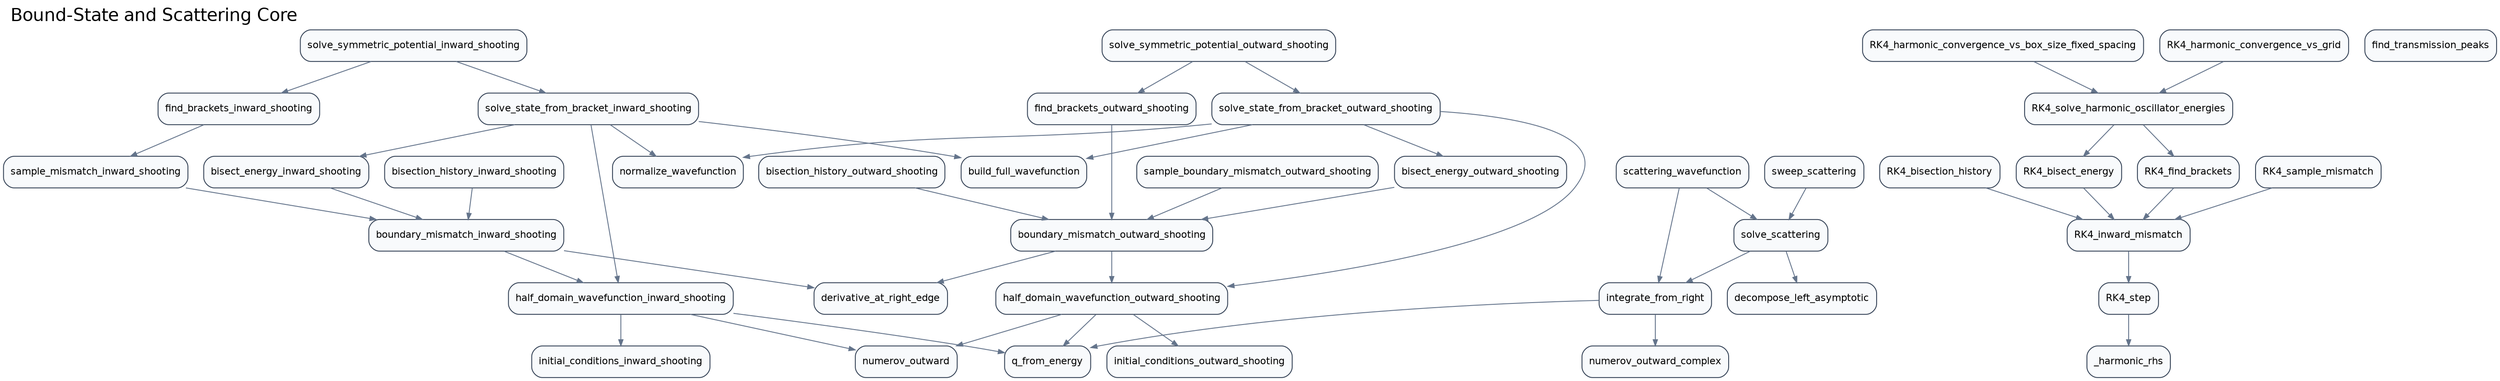
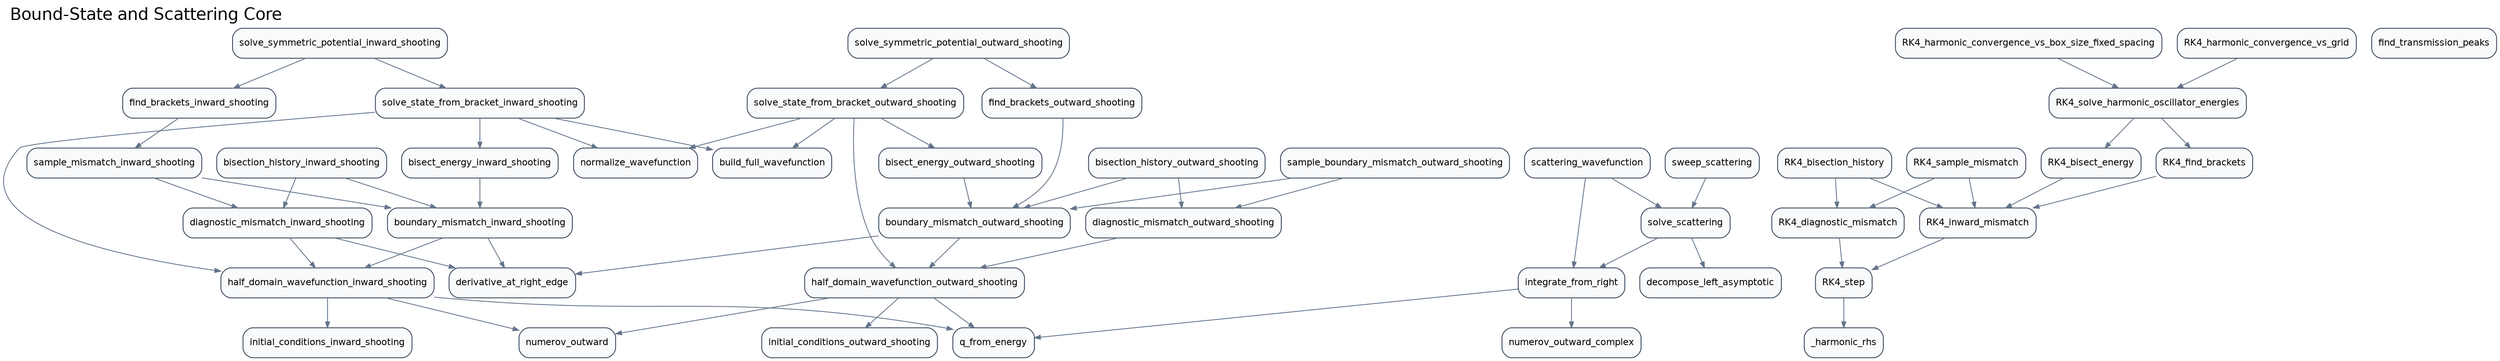
digraph G {
  rankdir="TB";
  graph [labeljust="l", labelloc="t", fontsize=20, fontname="Helvetica"];
  label="Bound-State and Scattering Core";
  node [shape=box, style="rounded,filled", fillcolor="#F8FAFC", color="#334155", fontname="Helvetica", fontsize=11];
  edge [color="#64748B", arrowsize=0.7];
  src_numerov_derivative_at_right_edge [label="derivative_at_right_edge"];
  src_numerov_normalize_wavefunction [label="normalize_wavefunction"];
  src_numerov_numerov_outward [label="numerov_outward"];
  src_numerov_q_from_energy [label="q_from_energy"];
  src_rk4_compare_RK4_bisect_energy [label="RK4_bisect_energy"];
  src_rk4_compare_RK4_bisection_history [label="RK4_bisection_history"];
+   src_rk4_compare_RK4_diagnostic_mismatch [label="RK4_diagnostic_mismatch"];
  src_rk4_compare_RK4_find_brackets [label="RK4_find_brackets"];
  src_rk4_compare_RK4_harmonic_convergence_vs_box_size_fixed_spacing [label="RK4_harmonic_convergence_vs_box_size_fixed_spacing"];
  src_rk4_compare_RK4_harmonic_convergence_vs_grid [label="RK4_harmonic_convergence_vs_grid"];
  src_rk4_compare_RK4_inward_mismatch [label="RK4_inward_mismatch"];
  src_rk4_compare_RK4_sample_mismatch [label="RK4_sample_mismatch"];
  src_rk4_compare_RK4_solve_harmonic_oscillator_energies [label="RK4_solve_harmonic_oscillator_energies"];
  src_rk4_compare_RK4_step [label="RK4_step"];
  src_rk4_compare__harmonic_rhs [label="_harmonic_rhs"];
  src_scattering_decompose_left_asymptotic [label="decompose_left_asymptotic"];
  src_scattering_find_transmission_peaks [label="find_transmission_peaks"];
  src_scattering_integrate_from_right [label="integrate_from_right"];
  src_scattering_numerov_outward_complex [label="numerov_outward_complex"];
  src_scattering_scattering_wavefunction [label="scattering_wavefunction"];
  src_scattering_solve_scattering [label="solve_scattering"];
  src_scattering_sweep_scattering [label="sweep_scattering"];
  src_shooting_bisect_energy_inward_shooting [label="bisect_energy_inward_shooting"];
  src_shooting_bisect_energy_outward_shooting [label="bisect_energy_outward_shooting"];
  src_shooting_bisection_history_inward_shooting [label="bisection_history_inward_shooting"];
  src_shooting_bisection_history_outward_shooting [label="bisection_history_outward_shooting"];
  src_shooting_boundary_mismatch_inward_shooting [label="boundary_mismatch_inward_shooting"];
  src_shooting_boundary_mismatch_outward_shooting [label="boundary_mismatch_outward_shooting"];
  src_shooting_build_full_wavefunction [label="build_full_wavefunction"];
+   src_shooting_diagnostic_mismatch_inward_shooting [label="diagnostic_mismatch_inward_shooting"];
+   src_shooting_diagnostic_mismatch_outward_shooting [label="diagnostic_mismatch_outward_shooting"];
  src_shooting_find_brackets_inward_shooting [label="find_brackets_inward_shooting"];
  src_shooting_find_brackets_outward_shooting [label="find_brackets_outward_shooting"];
  src_shooting_half_domain_wavefunction_inward_shooting [label="half_domain_wavefunction_inward_shooting"];
  src_shooting_half_domain_wavefunction_outward_shooting [label="half_domain_wavefunction_outward_shooting"];
  src_shooting_initial_conditions_inward_shooting [label="initial_conditions_inward_shooting"];
  src_shooting_initial_conditions_outward_shooting [label="initial_conditions_outward_shooting"];
  src_shooting_sample_boundary_mismatch_outward_shooting [label="sample_boundary_mismatch_outward_shooting"];
  src_shooting_sample_mismatch_inward_shooting [label="sample_mismatch_inward_shooting"];
  src_shooting_solve_state_from_bracket_inward_shooting [label="solve_state_from_bracket_inward_shooting"];
  src_shooting_solve_state_from_bracket_outward_shooting [label="solve_state_from_bracket_outward_shooting"];
  src_shooting_solve_symmetric_potential_inward_shooting [label="solve_symmetric_potential_inward_shooting"];
  src_shooting_solve_symmetric_potential_outward_shooting [label="solve_symmetric_potential_outward_shooting"];
  src_rk4_compare_RK4_bisect_energy -> src_rk4_compare_RK4_inward_mismatch;
+   src_rk4_compare_RK4_bisection_history -> src_rk4_compare_RK4_diagnostic_mismatch;
  src_rk4_compare_RK4_bisection_history -> src_rk4_compare_RK4_inward_mismatch;
+   src_rk4_compare_RK4_diagnostic_mismatch -> src_rk4_compare_RK4_step;
  src_rk4_compare_RK4_find_brackets -> src_rk4_compare_RK4_inward_mismatch;
  src_rk4_compare_RK4_harmonic_convergence_vs_box_size_fixed_spacing -> src_rk4_compare_RK4_solve_harmonic_oscillator_energies;
  src_rk4_compare_RK4_harmonic_convergence_vs_grid -> src_rk4_compare_RK4_solve_harmonic_oscillator_energies;
  src_rk4_compare_RK4_inward_mismatch -> src_rk4_compare_RK4_step;
+   src_rk4_compare_RK4_sample_mismatch -> src_rk4_compare_RK4_diagnostic_mismatch;
  src_rk4_compare_RK4_sample_mismatch -> src_rk4_compare_RK4_inward_mismatch;
  src_rk4_compare_RK4_solve_harmonic_oscillator_energies -> src_rk4_compare_RK4_bisect_energy;
  src_rk4_compare_RK4_solve_harmonic_oscillator_energies -> src_rk4_compare_RK4_find_brackets;
  src_rk4_compare_RK4_step -> src_rk4_compare__harmonic_rhs;
  src_scattering_integrate_from_right -> src_numerov_q_from_energy;
  src_scattering_integrate_from_right -> src_scattering_numerov_outward_complex;
  src_scattering_scattering_wavefunction -> src_scattering_integrate_from_right;
  src_scattering_scattering_wavefunction -> src_scattering_solve_scattering;
  src_scattering_solve_scattering -> src_scattering_decompose_left_asymptotic;
  src_scattering_solve_scattering -> src_scattering_integrate_from_right;
  src_scattering_sweep_scattering -> src_scattering_solve_scattering;
  src_shooting_bisect_energy_inward_shooting -> src_shooting_boundary_mismatch_inward_shooting;
  src_shooting_bisect_energy_outward_shooting -> src_shooting_boundary_mismatch_outward_shooting;
  src_shooting_bisection_history_inward_shooting -> src_shooting_boundary_mismatch_inward_shooting;
+   src_shooting_bisection_history_inward_shooting -> src_shooting_diagnostic_mismatch_inward_shooting;
  src_shooting_bisection_history_outward_shooting -> src_shooting_boundary_mismatch_outward_shooting;
+   src_shooting_bisection_history_outward_shooting -> src_shooting_diagnostic_mismatch_outward_shooting;
  src_shooting_boundary_mismatch_inward_shooting -> src_numerov_derivative_at_right_edge;
  src_shooting_boundary_mismatch_inward_shooting -> src_shooting_half_domain_wavefunction_inward_shooting;
  src_shooting_boundary_mismatch_outward_shooting -> src_numerov_derivative_at_right_edge;
  src_shooting_boundary_mismatch_outward_shooting -> src_shooting_half_domain_wavefunction_outward_shooting;
+   src_shooting_diagnostic_mismatch_inward_shooting -> src_numerov_derivative_at_right_edge;
+   src_shooting_diagnostic_mismatch_inward_shooting -> src_shooting_half_domain_wavefunction_inward_shooting;
+   src_shooting_diagnostic_mismatch_outward_shooting -> src_shooting_half_domain_wavefunction_outward_shooting;
  src_shooting_find_brackets_inward_shooting -> src_shooting_sample_mismatch_inward_shooting;
  src_shooting_find_brackets_outward_shooting -> src_shooting_boundary_mismatch_outward_shooting;
  src_shooting_half_domain_wavefunction_inward_shooting -> src_numerov_numerov_outward;
  src_shooting_half_domain_wavefunction_inward_shooting -> src_numerov_q_from_energy;
  src_shooting_half_domain_wavefunction_inward_shooting -> src_shooting_initial_conditions_inward_shooting;
  src_shooting_half_domain_wavefunction_outward_shooting -> src_numerov_numerov_outward;
  src_shooting_half_domain_wavefunction_outward_shooting -> src_numerov_q_from_energy;
  src_shooting_half_domain_wavefunction_outward_shooting -> src_shooting_initial_conditions_outward_shooting;
  src_shooting_sample_boundary_mismatch_outward_shooting -> src_shooting_boundary_mismatch_outward_shooting;
+   src_shooting_sample_boundary_mismatch_outward_shooting -> src_shooting_diagnostic_mismatch_outward_shooting;
  src_shooting_sample_mismatch_inward_shooting -> src_shooting_boundary_mismatch_inward_shooting;
+   src_shooting_sample_mismatch_inward_shooting -> src_shooting_diagnostic_mismatch_inward_shooting;
  src_shooting_solve_state_from_bracket_inward_shooting -> src_numerov_normalize_wavefunction;
  src_shooting_solve_state_from_bracket_inward_shooting -> src_shooting_bisect_energy_inward_shooting;
  src_shooting_solve_state_from_bracket_inward_shooting -> src_shooting_build_full_wavefunction;
  src_shooting_solve_state_from_bracket_inward_shooting -> src_shooting_half_domain_wavefunction_inward_shooting;
  src_shooting_solve_state_from_bracket_outward_shooting -> src_numerov_normalize_wavefunction;
  src_shooting_solve_state_from_bracket_outward_shooting -> src_shooting_bisect_energy_outward_shooting;
  src_shooting_solve_state_from_bracket_outward_shooting -> src_shooting_build_full_wavefunction;
  src_shooting_solve_state_from_bracket_outward_shooting -> src_shooting_half_domain_wavefunction_outward_shooting;
  src_shooting_solve_symmetric_potential_inward_shooting -> src_shooting_find_brackets_inward_shooting;
  src_shooting_solve_symmetric_potential_inward_shooting -> src_shooting_solve_state_from_bracket_inward_shooting;
  src_shooting_solve_symmetric_potential_outward_shooting -> src_shooting_find_brackets_outward_shooting;
  src_shooting_solve_symmetric_potential_outward_shooting -> src_shooting_solve_state_from_bracket_outward_shooting;
}
